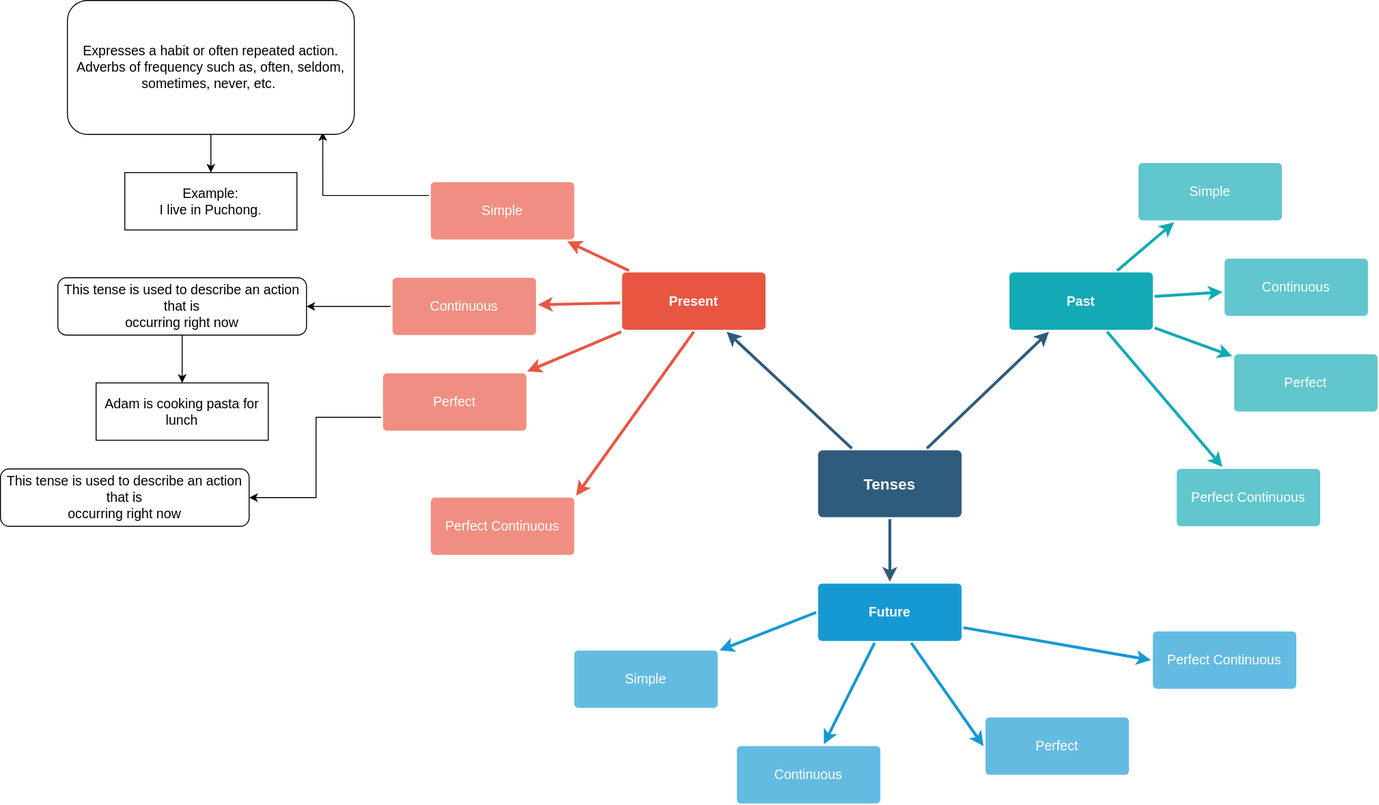
Above: Tense.drawio.svg in mhrk04/WED10402-CE (draw.io), before the change. Source tidied: cells renumbered, new cells last; positions are measured from the earlier drawing's top-left corner, leaving out a move shared by most shapes.
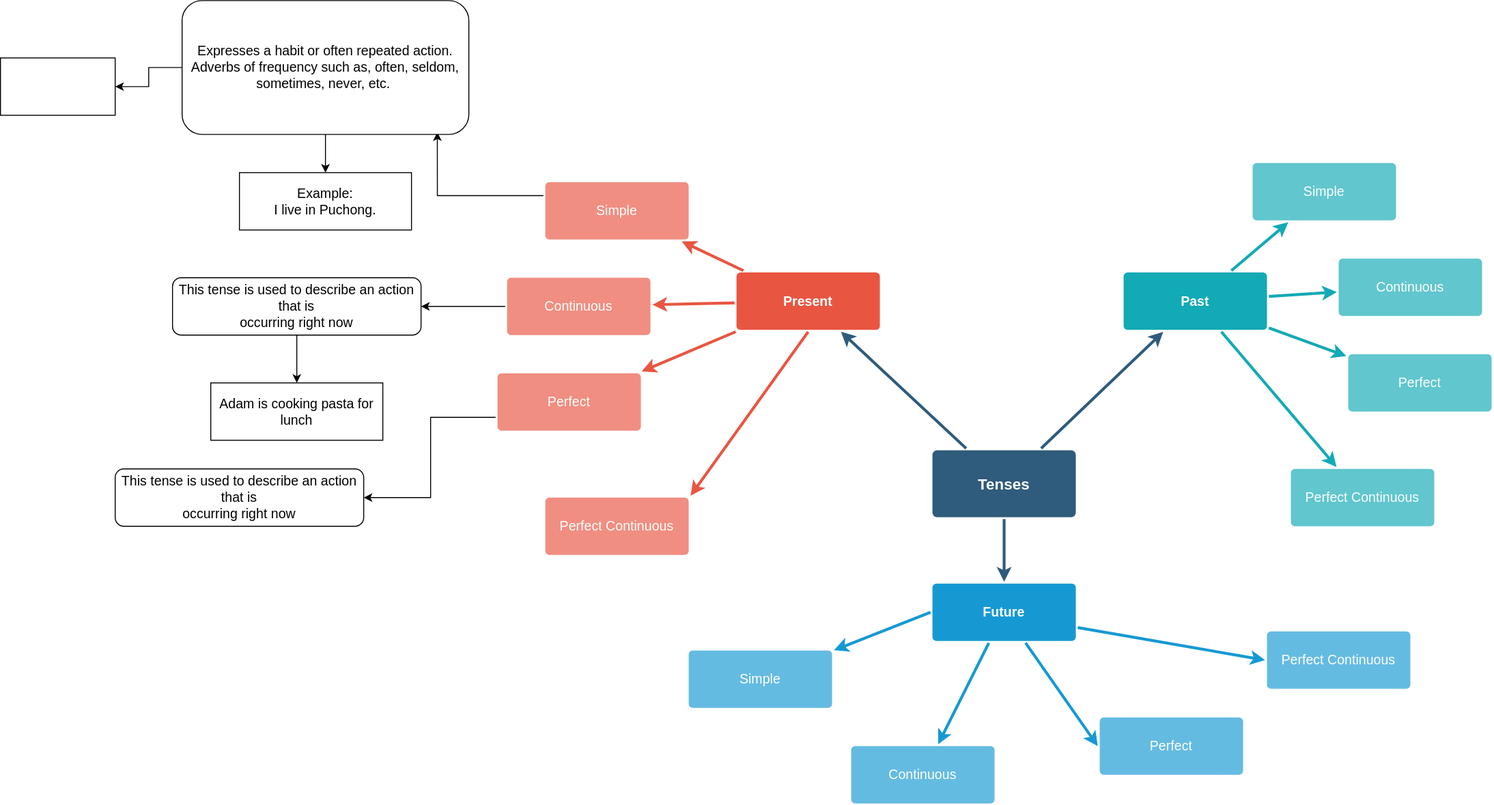
Later version of the same file.

What changed in the source:
```diff
@@ -107,6 +107,9 @@
     <mxCell id="36" style="edgeStyle=orthogonalEdgeStyle;rounded=0;jettySize=auto;html=1;exitX=0.5;exitY=1;exitDx=0;exitDy=0;fontSize=14;" parent="1" edge="1" source="37" target="38">
       <mxGeometry relative="1" as="geometry" />
     </mxCell>
+    <mxCell id="43" style="edgeStyle=orthogonalEdgeStyle;rounded=0;jettySize=auto;html=1;exitX=0;exitY=0.5;exitDx=0;exitDy=0;entryX=1;entryY=0.5;entryDx=0;entryDy=0;fontSize=14;" parent="1" edge="1" source="37" target="44">
+      <mxGeometry relative="1" as="geometry" />
+    </mxCell>
     <mxCell id="37" value="Expresses a habit or often repeated action.&lt;br style=&quot;font-size: 14px;&quot;&gt;Adverbs of frequency such as, often, seldom,&lt;br style=&quot;font-size: 14px;&quot;&gt;sometimes, never, etc.&amp;nbsp;" style="rounded=1;whiteSpace=wrap;html=1;fontSize=14;" parent="1" vertex="1">
       <mxGeometry x="70" width="300" height="140" as="geometry" />
     </mxCell>
@@ -125,5 +128,8 @@
     <mxCell id="42" value="This tense is used to describe an action that is&lt;br/&gt;occurring right now" style="rounded=1;whiteSpace=wrap;html=1;fontSize=14;" parent="1" vertex="1">
       <mxGeometry y="490" width="260" height="60" as="geometry" />
     </mxCell>
+    <mxCell id="44" style="rounded=0;whiteSpace=wrap;html=1;fontSize=14;" parent="1" vertex="1">
+      <mxGeometry x="-120" y="60" width="120" height="60" as="geometry" />
+    </mxCell>
   </root>
 </mxGraphModel>
```
